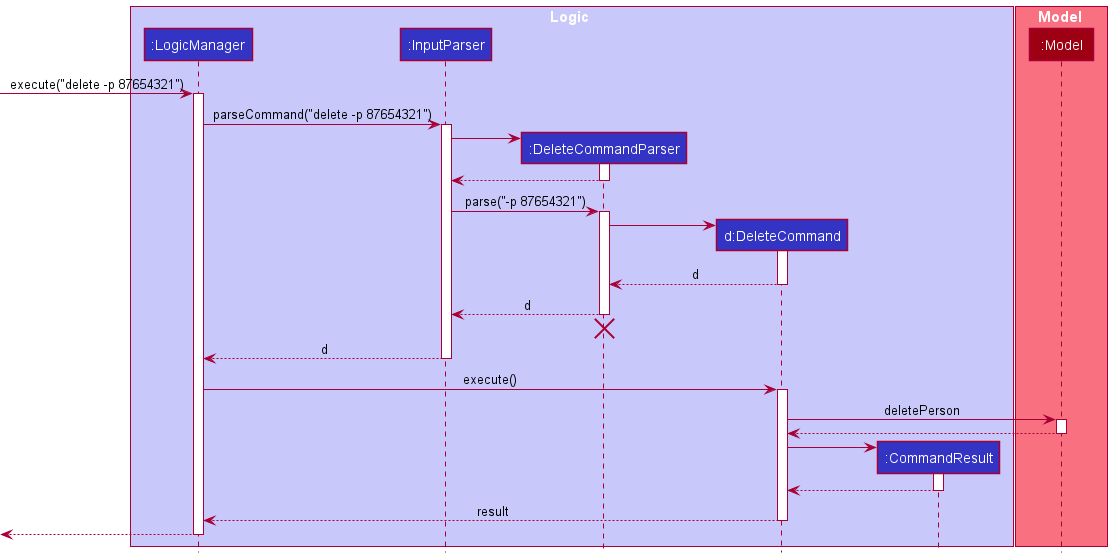
Earlier version of the PlantUML export docs/images/DeleteSequenceDiagram.png (vigneshsankariyer1234567890/tp).
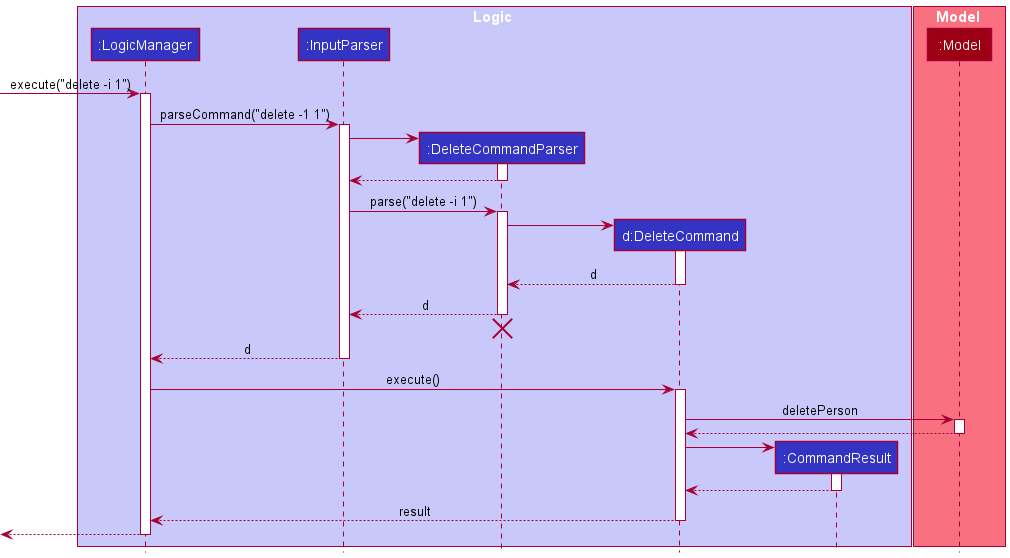
After the change.

Commit message:
Add sequence diagram for delete

Diff of the diagram source:
```diff
@@ -13,10 +13,10 @@
 participant ":Model" as Model MODEL_COLOR
 end box
 
-[-> LogicManager : execute("delete -p 87654321")
+[-> LogicManager : execute("delete -i 1")
 activate LogicManager
 
-LogicManager -> InputParser : parseCommand("delete -p 87654321")
+LogicManager -> InputParser : parseCommand("delete -1 1")
 activate InputParser
 
 create DeleteCommandParser
@@ -27,7 +27,7 @@
 deactivate DeleteCommandParser
 
 
-InputParser -> DeleteCommandParser : parse("-p 87654321")
+InputParser -> DeleteCommandParser : parse("delete -i 1")
 activate DeleteCommandParser
 
 create DeleteCommand
```
